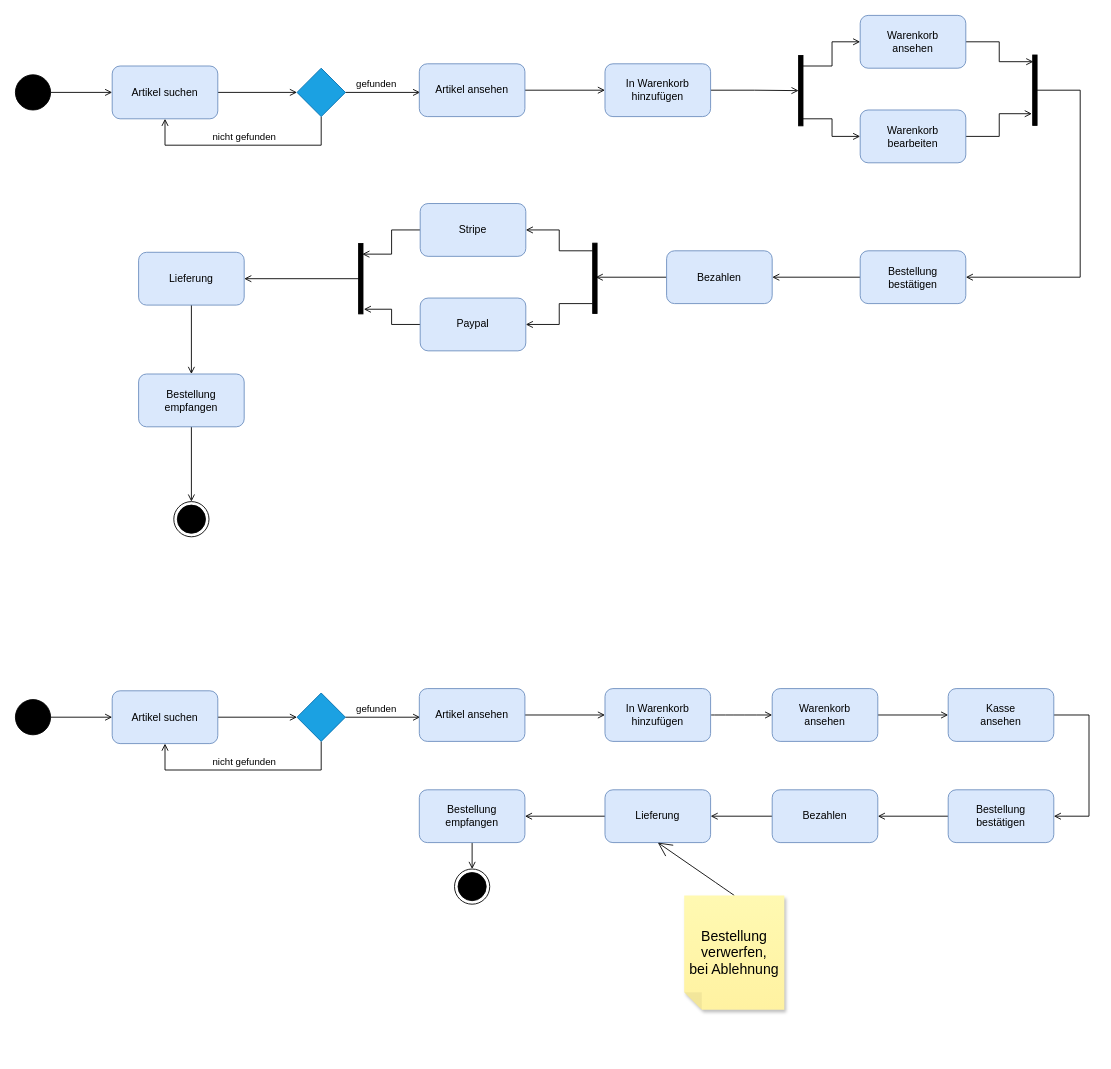
therealfilko/uml keeps this draw.io diagram as Aktivitaetsdiagramm.drawio. Above is the earlier version. Source tidied: cells renumbered, new cells numbered last; positions are measured from the earlier drawing's top-left corner, leaving out a move shared by most shapes. Both pictures are drawn from the tidied source at 88%, with x=0, y=0 at pixel (15, 15).
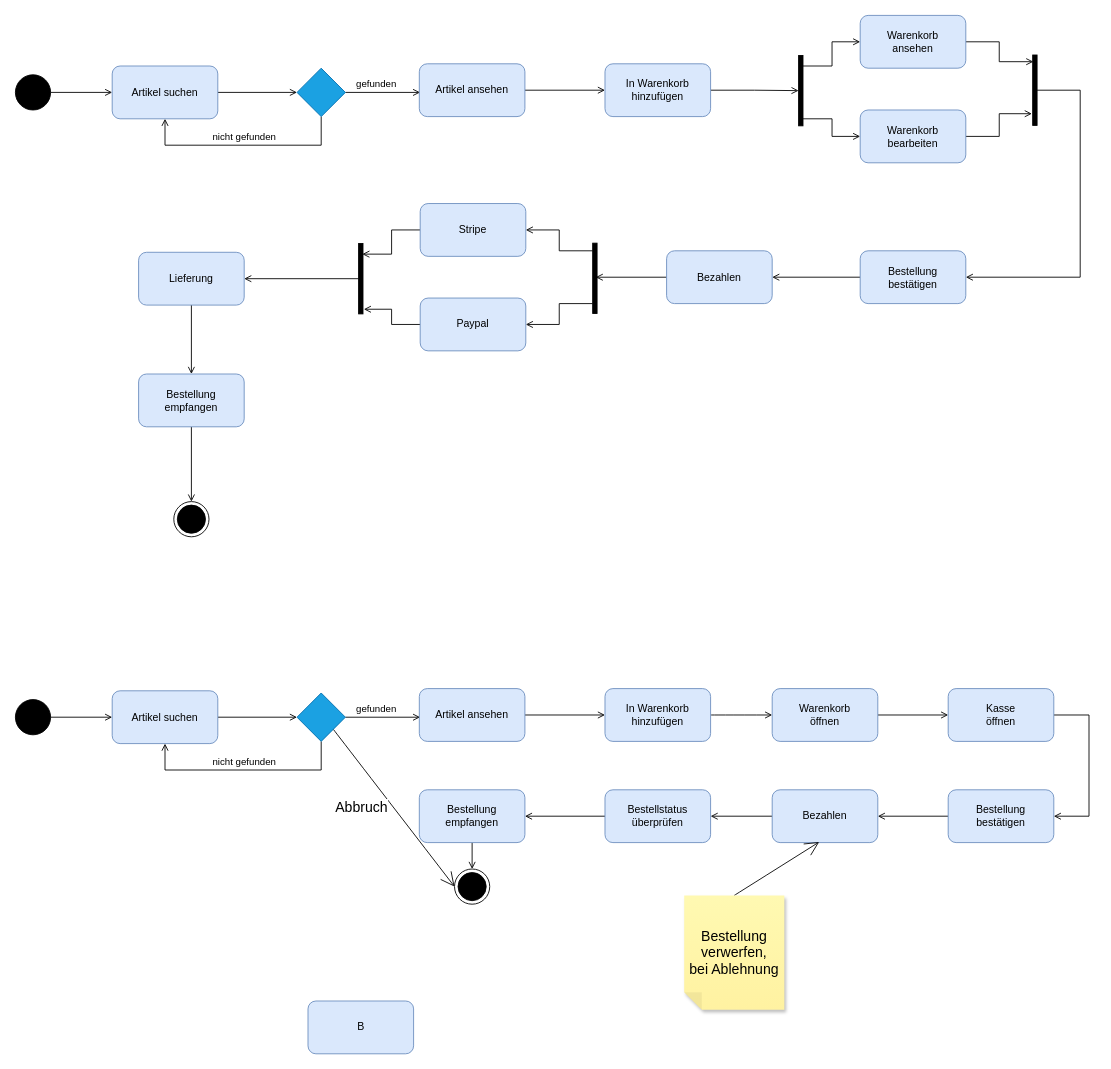
Above is the later version.

Unchanged cells that the change refers to:
```xml
<mxCell id="48" style="rhombus;whiteSpace=wrap;html=1;fillColor=#1ba1e2;fontColor=#ffffff;strokeColor=#006EAF;" parent="1" vertex="1">
  <mxGeometry x="320" y="770" width="55" height="55" as="geometry" />
</mxCell>
<mxCell id="58" value="Bezahlen" style="rounded=1;whiteSpace=wrap;html=1;fillColor=#dae8fc;strokeColor=#6c8ebf;" parent="1" vertex="1">
  <mxGeometry x="860" y="880" width="120" height="60" as="geometry" />
</mxCell>
<mxCell id="63" style="ellipse;html=1;shape=endState;fillColor=strokeColor;" parent="1" vertex="1">
  <mxGeometry x="499" y="970" width="40" height="40" as="geometry" />
</mxCell>
<mxCell id="67" value="Bestellung verwerfen,&lt;br&gt;bei Ablehnung" style="shape=note;whiteSpace=wrap;html=1;backgroundOutline=1;fontColor=#000000;darkOpacity=0.05;fillColor=#FFF9B2;strokeColor=none;fillStyle=solid;direction=west;gradientDirection=north;gradientColor=#FFF2A1;shadow=1;size=20;fontSize=16;" parent="1" vertex="1">
  <mxGeometry x="760" y="1000" width="113.8" height="130" as="geometry" />
</mxCell>
```

Diff of the diagram source:
```diff
@@
+    <mxCell id="68" style="edgeStyle=none;curved=1;rounded=0;jettySize=auto;html=1;exitX=1;exitY=1;exitDx=0;exitDy=0;entryX=0;entryY=0.5;entryDx=0;entryDy=0;fontSize=12;endArrow=open;startSize=14;endSize=14;sourcePerimeterSpacing=8;targetPerimeterSpacing=8;" parent="1" edge="1" source="48" target="63">
+      <mxGeometry relative="1" as="geometry" />
+    </mxCell>
+    <mxCell id="69" value="&amp;nbsp;Abbruch" style="edgeLabel;html=1;align=center;verticalAlign=middle;fontSize=16;" parent="68" vertex="1">
+      <mxGeometry x="-0.22" y="-1" relative="1" as="geometry">
+        <mxPoint x="-24" y="18" as="offset" />
+      </mxGeometry>
+    </mxCell>
@@
-    <mxCell id="54" value="Warenkorb&lt;br&gt;ansehen" style="rounded=1;whiteSpace=wrap;html=1;fillColor=#dae8fc;strokeColor=#6c8ebf;" parent="1" vertex="1">
+    <mxCell id="54" value="Warenkorb&lt;br&gt;öffnen" style="rounded=1;whiteSpace=wrap;html=1;fillColor=#dae8fc;strokeColor=#6c8ebf;" parent="1" vertex="1">
       <mxGeometry x="860" y="765" width="120" height="60" as="geometry" />
     </mxCell>
@@
-    <mxCell id="60" value="Lieferung" style="rounded=1;whiteSpace=wrap;html=1;fillColor=#dae8fc;strokeColor=#6c8ebf;" parent="1" vertex="1">
+    <mxCell id="60" value="Bestellstatus&lt;br&gt;überprüfen" style="rounded=1;whiteSpace=wrap;html=1;fillColor=#dae8fc;strokeColor=#6c8ebf;" parent="1" vertex="1">
       <mxGeometry x="670" y="880" width="120" height="60" as="geometry" />
     </mxCell>
@@
-    <mxCell id="65" value="Kasse&lt;br&gt;ansehen" style="rounded=1;whiteSpace=wrap;html=1;fillColor=#dae8fc;strokeColor=#6c8ebf;" parent="1" vertex="1">
+    <mxCell id="65" value="Kasse&lt;br&gt;öffnen" style="rounded=1;whiteSpace=wrap;html=1;fillColor=#dae8fc;strokeColor=#6c8ebf;" parent="1" vertex="1">
       <mxGeometry x="1060" y="765" width="120" height="60" as="geometry" />
     </mxCell>
-    <mxCell id="66" style="edgeStyle=none;curved=1;rounded=0;jettySize=auto;html=1;exitX=0.5;exitY=1;exitDx=0;exitDy=0;exitPerimeter=0;entryX=0.5;entryY=1;entryDx=0;entryDy=0;fontSize=12;endArrow=open;startSize=14;endSize=14;sourcePerimeterSpacing=8;targetPerimeterSpacing=8;" parent="1" edge="1" source="67" target="60">
+    <mxCell id="66" style="edgeStyle=none;curved=1;rounded=0;jettySize=auto;html=1;exitX=0.5;exitY=1;exitDx=0;exitDy=0;exitPerimeter=0;entryX=0.445;entryY=0.989;entryDx=0;entryDy=0;fontSize=12;endArrow=open;startSize=14;endSize=14;sourcePerimeterSpacing=8;targetPerimeterSpacing=8;entryPerimeter=0;" parent="1" edge="1" source="67" target="58">
       <mxGeometry relative="1" as="geometry" />
     </mxCell>
@@
+    <mxCell id="70" value="B" style="rounded=1;whiteSpace=wrap;html=1;fillColor=#dae8fc;strokeColor=#6c8ebf;" parent="1" vertex="1">
+      <mxGeometry x="332.5" y="1120" width="120" height="60" as="geometry" />
+    </mxCell>
```
